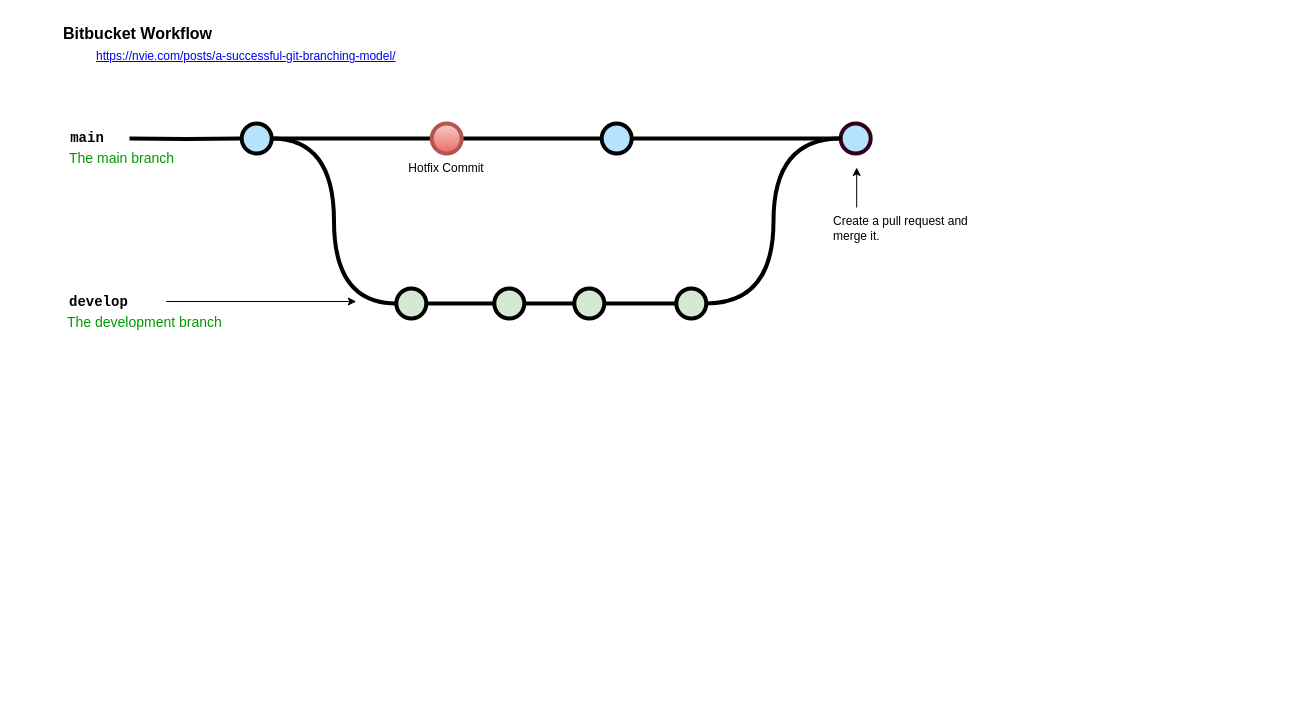
Above: flow/bitbucket-flow.drawio in seepossible/dia (draw.io), before the change. Source tidied: cells renumbered, new cells numbered last; positions are measured from the earlier drawing's top-left corner, leaving out a move shared by most shapes. Both pictures are drawn from the tidied source at 100%, with x=0, y=0 at pixel (61, 17).
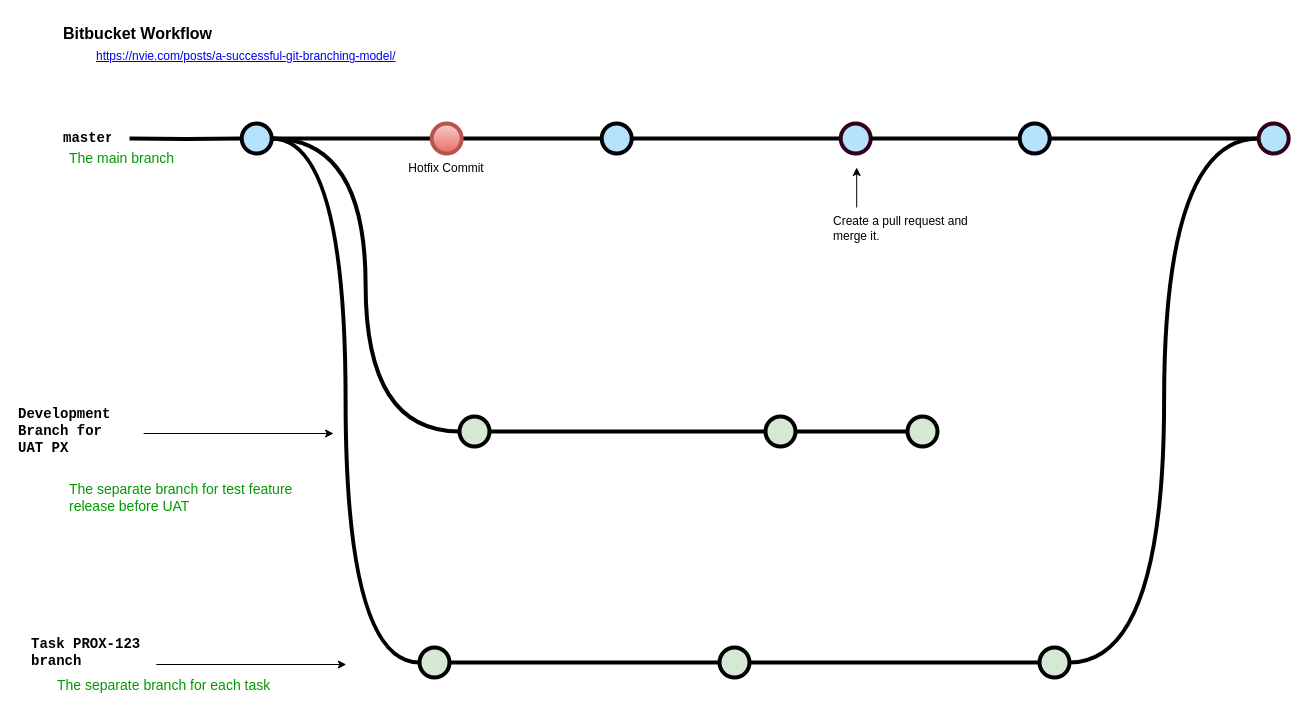
The same page after the edit.

Unchanged cells that the change refers to:
```xml
<mxCell id="5" style="verticalLabelPosition=bottom;verticalAlign=top;html=1;strokeWidth=4;shape=mxgraph.flowchart.on-page_reference;plain-blue;gradientColor=none;fillColor=#B5E3Fe;strokeColor=#000000;" parent="1" vertex="1">
  <mxGeometry x="180.2" y="106" width="30" height="30" as="geometry" />
</mxCell>
<mxCell id="8" style="verticalLabelPosition=bottom;verticalAlign=top;html=1;strokeWidth=4;shape=mxgraph.flowchart.on-page_reference;plain-blue;gradientColor=none;strokeColor=#33001A;fillColor=#B5E3FE;" parent="1" vertex="1">
  <mxGeometry x="779.2" y="106" width="30" height="30" as="geometry" />
</mxCell>
```

The edit, as a diff of the source:
```diff
@@
-    <mxCell id="10" value="main" style="text;html=1;strokeColor=none;fillColor=none;align=center;verticalAlign=middle;whiteSpace=wrap;overflow=hidden;fontSize=14;fontStyle=1;fontFamily=Courier New;" parent="1" vertex="1">
+    <mxCell id="10" value="master" style="text;html=1;strokeColor=none;fillColor=none;align=center;verticalAlign=middle;whiteSpace=wrap;overflow=hidden;fontSize=14;fontStyle=1;fontFamily=Courier New;" parent="1" vertex="1">
       <mxGeometry x="1" y="100" width="50" height="42" as="geometry" />
     </mxCell>
@@
     <mxCell id="12" style="verticalLabelPosition=bottom;verticalAlign=top;html=1;strokeWidth=4;shape=mxgraph.flowchart.on-page_reference;plain-purple;gradientColor=none;strokeColor=#000000;fillColor=#D5E8D4;" parent="1" vertex="1">
-      <mxGeometry x="334.8" y="271" width="30" height="30" as="geometry" />
+      <mxGeometry x="358" y="630" width="30" height="30" as="geometry" />
     </mxCell>
-    <mxCell id="13" style="edgeStyle=orthogonalEdgeStyle;curved=1;rounded=0;jettySize=auto;html=1;endArrow=none;endFill=0;strokeWidth=4;" parent="1" edge="1" source="14" target="16">
-      <mxGeometry relative="1" as="geometry" />
-    </mxCell>
     <mxCell id="14" style="verticalLabelPosition=bottom;verticalAlign=top;html=1;strokeWidth=4;shape=mxgraph.flowchart.on-page_reference;plain-purple;gradientColor=none;strokeColor=#000000;fillColor=#D5E8D4;" parent="1" vertex="1">
-      <mxGeometry x="432.8" y="271" width="30" height="30" as="geometry" />
+      <mxGeometry x="658" y="630" width="30" height="30" as="geometry" />
     </mxCell>
-    <mxCell id="15" style="edgeStyle=orthogonalEdgeStyle;curved=1;rounded=0;jettySize=auto;html=1;endArrow=none;endFill=0;strokeWidth=4;fontFamily=Courier New;fontColor=#009900;" parent="1" edge="1" source="16" target="17">
+    <mxCell id="15" style="edgeStyle=orthogonalEdgeStyle;curved=1;rounded=0;jettySize=auto;html=1;endArrow=none;endFill=0;strokeWidth=4;fontFamily=Courier New;fontColor=#009900;exitX=1;exitY=0.5;exitDx=0;exitDy=0;exitPerimeter=0;" parent="1" edge="1" source="14" target="17">
       <mxGeometry relative="1" as="geometry" />
     </mxCell>
-    <mxCell id="16" style="verticalLabelPosition=bottom;verticalAlign=top;html=1;strokeWidth=4;shape=mxgraph.flowchart.on-page_reference;plain-purple;gradientColor=none;strokeColor=#000000;fillColor=#D5E8D4;" parent="1" vertex="1">
-      <mxGeometry x="512.8" y="271" width="30" height="30" as="geometry" />
-    </mxCell>
     <mxCell id="17" style="verticalLabelPosition=bottom;verticalAlign=top;html=1;strokeWidth=4;shape=mxgraph.flowchart.on-page_reference;plain-purple;gradientColor=none;strokeColor=#000000;fillColor=#D5E8D4;" parent="1" vertex="1">
-      <mxGeometry x="614.8" y="271" width="30" height="30" as="geometry" />
+      <mxGeometry x="978" y="630" width="30" height="30" as="geometry" />
     </mxCell>
-    <mxCell id="18" value="develop" style="text;html=1;strokeColor=none;fillColor=none;align=left;verticalAlign=middle;whiteSpace=wrap;overflow=hidden;fontSize=14;fontStyle=1;fontFamily=Courier New;" parent="1" vertex="1">
-      <mxGeometry x="5.8" y="274" width="91" height="20" as="geometry" />
+    <mxCell id="18" value="Task PROX-123 branch" style="text;html=1;strokeColor=none;fillColor=none;align=left;verticalAlign=middle;whiteSpace=wrap;overflow=hidden;fontSize=14;fontStyle=1;fontFamily=Courier New;" parent="1" vertex="1">
+      <mxGeometry x="-32" y="613" width="118.8" height="44" as="geometry" />
     </mxCell>
-    <mxCell id="19" value="The development branch" style="text;html=1;strokeColor=none;fillColor=none;align=left;verticalAlign=middle;whiteSpace=wrap;overflow=hidden;fontSize=14;fontStyle=0;fontColor=#009900;" parent="1" vertex="1">
-      <mxGeometry x="3.8" y="294" width="240" height="20" as="geometry" />
+    <mxCell id="19" value="The separate branch for each task" style="text;html=1;strokeColor=none;fillColor=none;align=left;verticalAlign=middle;whiteSpace=wrap;overflow=hidden;fontSize=14;fontStyle=0;fontColor=#009900;" parent="1" vertex="1">
+      <mxGeometry x="-6.2" y="657" width="240" height="20" as="geometry" />
     </mxCell>
@@
     <mxCell id="21" style="endArrow=classic;html=1;strokeWidth=1;fontFamily=Courier New;fontColor=#009900;" parent="1" edge="1">
       <mxGeometry relative="1" as="geometry">
-        <mxPoint x="104.8" y="284" as="sourcePoint" />
-        <mxPoint x="294.8" y="284" as="targetPoint" />
+        <mxPoint x="94.8" y="647" as="sourcePoint" />
+        <mxPoint x="284.8" y="647" as="targetPoint" />
       </mxGeometry>
     </mxCell>
-    <mxCell id="22" style="edgeStyle=orthogonalEdgeStyle;curved=1;rounded=0;jettySize=auto;html=1;entryX=0;entryY=0.5;entryDx=0;entryDy=0;entryPerimeter=0;endArrow=none;endFill=0;strokeWidth=4;fontFamily=Courier New;fontColor=#009900;exitX=1;exitY=0.5;exitDx=0;exitDy=0;exitPerimeter=0;" parent="1" edge="1" source="17" target="8">
+    <mxCell id="22" style="edgeStyle=orthogonalEdgeStyle;curved=1;rounded=0;jettySize=auto;html=1;entryX=0;entryY=0.5;entryDx=0;entryDy=0;entryPerimeter=0;endArrow=none;endFill=0;strokeWidth=4;fontFamily=Courier New;fontColor=#009900;exitX=1;exitY=0.5;exitDx=0;exitDy=0;exitPerimeter=0;" parent="1" edge="1" source="17" target="37">
       <mxGeometry relative="1" as="geometry" />
     </mxCell>
@@
+    <mxCell id="29" style="edgeStyle=orthogonalEdgeStyle;curved=1;rounded=0;html=1;entryX=0;entryY=0.5;entryPerimeter=0;endArrow=none;endFill=0;jettySize=auto;strokeWidth=4;fontSize=15;entryDx=0;entryDy=0;" parent="1" edge="1" source="5" target="31">
+      <mxGeometry relative="1" as="geometry" />
+    </mxCell>
+    <mxCell id="30" style="edgeStyle=orthogonalEdgeStyle;rounded=0;jettySize=auto;html=1;endArrow=none;endFill=0;strokeWidth=4;" parent="1" edge="1" source="31" target="32">
+      <mxGeometry relative="1" as="geometry" />
+    </mxCell>
+    <mxCell id="31" style="verticalLabelPosition=bottom;verticalAlign=top;html=1;strokeWidth=4;shape=mxgraph.flowchart.on-page_reference;plain-purple;gradientColor=none;strokeColor=#000000;fillColor=#D5E8D4;" parent="1" vertex="1">
+      <mxGeometry x="398" y="399" width="30" height="30" as="geometry" />
+    </mxCell>
+    <mxCell id="32" style="verticalLabelPosition=bottom;verticalAlign=top;html=1;strokeWidth=4;shape=mxgraph.flowchart.on-page_reference;plain-purple;gradientColor=none;strokeColor=#000000;fillColor=#D5E8D4;" parent="1" vertex="1">
+      <mxGeometry x="704" y="399" width="30" height="30" as="geometry" />
+    </mxCell>
+    <mxCell id="33" style="edgeStyle=orthogonalEdgeStyle;curved=1;rounded=0;jettySize=auto;html=1;endArrow=none;endFill=0;strokeWidth=4;fontFamily=Courier New;fontColor=#009900;exitX=1;exitY=0.5;exitDx=0;exitDy=0;exitPerimeter=0;" parent="1" edge="1" source="32" target="34">
+      <mxGeometry relative="1" as="geometry" />
+    </mxCell>
+    <mxCell id="34" style="verticalLabelPosition=bottom;verticalAlign=top;html=1;strokeWidth=4;shape=mxgraph.flowchart.on-page_reference;plain-purple;gradientColor=none;strokeColor=#000000;fillColor=#D5E8D4;" parent="1" vertex="1">
+      <mxGeometry x="846" y="399" width="30" height="30" as="geometry" />
+    </mxCell>
+    <mxCell id="35" style="edgeStyle=orthogonalEdgeStyle;curved=1;rounded=0;jettySize=auto;html=1;endArrow=none;endFill=0;strokeWidth=4;entryX=0;entryY=0.5;entryDx=0;entryDy=0;entryPerimeter=0;" parent="1" edge="1" source="36" target="37">
+      <mxGeometry relative="1" as="geometry" />
+    </mxCell>
+    <mxCell id="36" style="verticalLabelPosition=bottom;verticalAlign=top;html=1;strokeWidth=4;shape=mxgraph.flowchart.on-page_reference;plain-blue;gradientColor=none;strokeColor=#000000;fillColor=#B5E3FE;" parent="1" vertex="1">
+      <mxGeometry x="958.2" y="106" width="30" height="30" as="geometry" />
+    </mxCell>
+    <mxCell id="37" style="verticalLabelPosition=bottom;verticalAlign=top;html=1;strokeWidth=4;shape=mxgraph.flowchart.on-page_reference;plain-blue;gradientColor=none;strokeColor=#33001A;fillColor=#B5E3FE;" parent="1" vertex="1">
+      <mxGeometry x="1197.2" y="106" width="30" height="30" as="geometry" />
+    </mxCell>
+    <mxCell id="38" style="edgeStyle=orthogonalEdgeStyle;rounded=0;jettySize=auto;html=1;fontSize=15;endArrow=none;endFill=0;strokeWidth=4;entryX=0;entryY=0.5;entryDx=0;entryDy=0;entryPerimeter=0;exitX=1;exitY=0.5;exitDx=0;exitDy=0;exitPerimeter=0;" parent="1" edge="1" source="8" target="36">
+      <mxGeometry relative="1" as="geometry" />
+    </mxCell>
+    <mxCell id="39" value="Development Branch for UAT PX" style="text;html=1;strokeColor=none;fillColor=none;align=left;verticalAlign=middle;whiteSpace=wrap;overflow=hidden;fontSize=14;fontStyle=1;fontFamily=Courier New;" parent="1" vertex="1">
+      <mxGeometry x="-44.6" y="381" width="118.8" height="66" as="geometry" />
+    </mxCell>
+    <mxCell id="40" value="The separate branch for test feature release before UAT" style="text;html=1;strokeColor=none;fillColor=none;align=left;verticalAlign=middle;whiteSpace=wrap;overflow=hidden;fontSize=14;fontStyle=0;fontColor=#009900;" parent="1" vertex="1">
+      <mxGeometry x="6.2" y="450" width="240" height="60" as="geometry" />
+    </mxCell>
+    <mxCell id="41" style="endArrow=classic;html=1;strokeWidth=1;fontFamily=Courier New;fontColor=#009900;" parent="1" edge="1">
+      <mxGeometry relative="1" as="geometry">
+        <mxPoint x="82.1" y="416" as="sourcePoint" />
+        <mxPoint x="272.1" y="416" as="targetPoint" />
+      </mxGeometry>
+    </mxCell>
```
